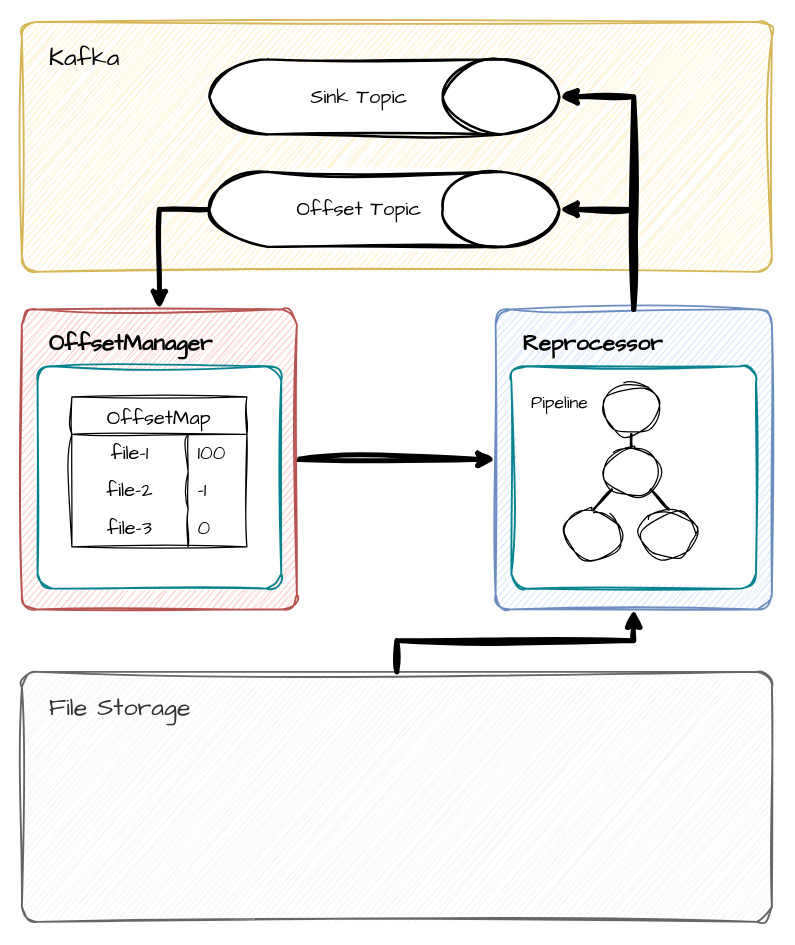
milkcoke/source-connect keeps this draw.io diagram as page "Architecture" (1 of 7) of docs/source-connect.drawio. Above is the earlier version. Source tidied: cells renumbered, new cells numbered last; positions are measured from the earlier drawing's top-left corner, leaving out a move shared by most shapes. Both pictures are drawn from the tidied source at 125%, with x=0, y=0 at pixel (21, -79).
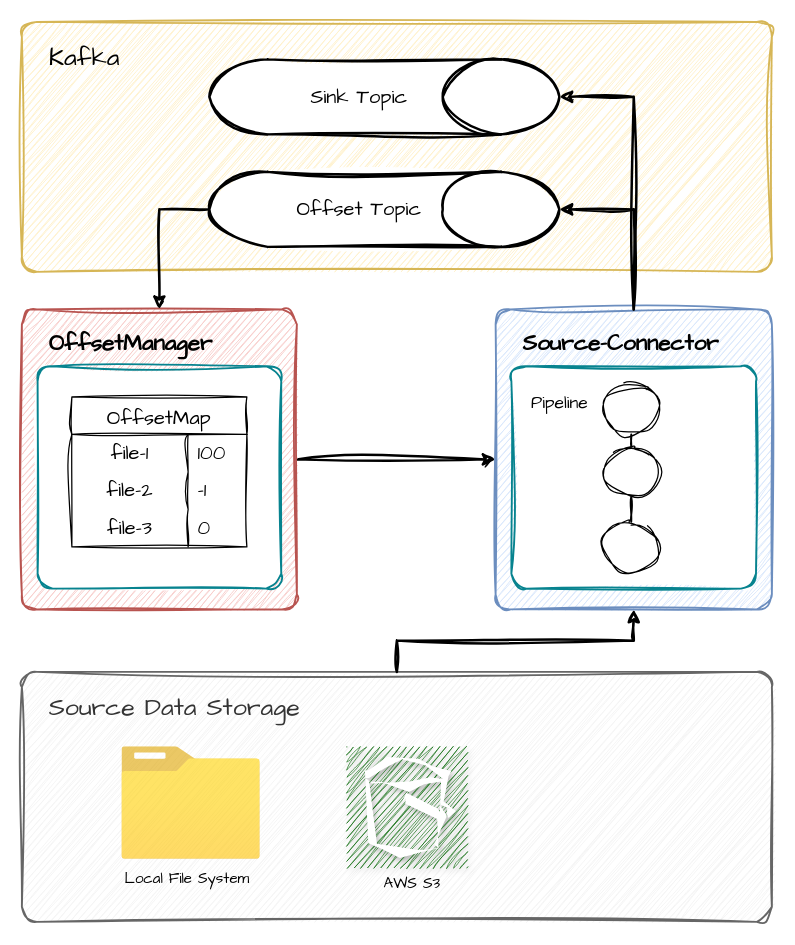
The same page after the edit.

The change refers to these unchanged cells:
```xml
<mxCell id="3" value="&lt;font style=&quot;font-size: 18px;&quot;&gt;OffsetManager&lt;/font&gt;" style="rounded=1;whiteSpace=wrap;html=1;strokeColor=#b85450;fillColor=#f8cecc;arcSize=24;absoluteArcSize=1;imageWidth=64;imageHeight=64;strokeWidth=1.5;verticalAlign=top;align=left;fontSize=16;fontStyle=1;spacingTop=10;spacingLeft=20;sketch=1;hachureGap=4;jiggle=2;curveFitting=1;fontFamily=Architects Daughter;" parent="1" vertex="1">
  <mxGeometry y="310" width="220" height="240" as="geometry" />
</mxCell>
<mxCell id="17" style="ellipse;whiteSpace=wrap;html=1;sketch=1;hachureGap=4;jiggle=2;curveFitting=1;fontFamily=Architects Daughter;fontSize=11;fontColor=default;labelBackgroundColor=default;" parent="15" vertex="1">
  <mxGeometry x="86.4" y="60" width="44.2" height="40" as="geometry" />
</mxCell>
<mxCell id="18" style="ellipse;whiteSpace=wrap;html=1;sketch=1;hachureGap=4;jiggle=2;curveFitting=1;fontFamily=Architects Daughter;fontSize=11;fontColor=default;labelBackgroundColor=default;" parent="15" vertex="1">
  <mxGeometry x="86.4" y="110" width="44.2" height="40" as="geometry" />
</mxCell>
<mxCell id="27" value="&lt;font style=&quot;font-size: 16px;&quot;&gt;Offset Topic&lt;/font&gt;" style="strokeWidth=2;html=1;shape=mxgraph.flowchart.database;whiteSpace=wrap;sketch=1;hachureGap=4;jiggle=2;curveFitting=1;fontFamily=Architects Daughter;rotation=90;horizontal=0;spacingRight=40;" parent="1" vertex="1">
  <mxGeometry x="260" y="90" width="60" height="280" as="geometry" />
</mxCell>
<mxCell id="28" value="&lt;font style=&quot;font-size: 16px;&quot;&gt;Sink Topic&lt;/font&gt;" style="strokeWidth=2;html=1;shape=mxgraph.flowchart.database;whiteSpace=wrap;sketch=1;hachureGap=4;jiggle=2;curveFitting=1;fontFamily=Architects Daughter;rotation=90;horizontal=0;spacingRight=40;" parent="1" vertex="1">
  <mxGeometry x="260" width="60" height="280" as="geometry" />
</mxCell>
```

Diff of the diagram source:
```diff
@@
-    <mxCell id="2" style="rounded=0;sketch=1;hachureGap=4;jiggle=2;curveFitting=1;jettySize=auto;html=1;entryX=0;entryY=0.5;entryDx=0;entryDy=0;fontFamily=Architects Daughter;strokeWidth=4;exitX=1;exitY=0.5;exitDx=0;exitDy=0;" parent="1" edge="1" source="3" target="15">
+    <mxCell id="2" style="rounded=0;sketch=1;hachureGap=4;jiggle=2;curveFitting=1;jettySize=auto;html=1;entryX=0;entryY=0.5;entryDx=0;entryDy=0;fontFamily=Architects Daughter;strokeWidth=2;exitX=1;exitY=0.5;exitDx=0;exitDy=0;" parent="1" edge="1" source="3" target="15">
       <mxGeometry relative="1" as="geometry" />
     </mxCell>
@@
-    <mxCell id="15" value="&lt;span style=&quot;font-size: 18px;&quot;&gt;Reprocessor&lt;/span&gt;" style="rounded=1;whiteSpace=wrap;html=1;strokeColor=#6c8ebf;fillColor=#dae8fc;arcSize=24;absoluteArcSize=1;imageWidth=64;imageHeight=64;strokeWidth=1.5;verticalAlign=top;align=left;fontSize=16;fontStyle=1;spacingTop=10;spacingLeft=20;sketch=1;hachureGap=4;jiggle=2;curveFitting=1;fontFamily=Architects Daughter;" parent="1" vertex="1">
+    <mxCell id="15" value="&lt;span style=&quot;font-size: 18px;&quot;&gt;Source-Connector&lt;/span&gt;" style="rounded=1;whiteSpace=wrap;html=1;strokeColor=#6c8ebf;fillColor=#dae8fc;arcSize=24;absoluteArcSize=1;imageWidth=64;imageHeight=64;strokeWidth=1.5;verticalAlign=top;align=left;fontSize=16;fontStyle=1;spacingTop=10;spacingLeft=20;sketch=1;hachureGap=4;jiggle=2;curveFitting=1;fontFamily=Architects Daughter;" parent="1" vertex="1">
       <mxGeometry x="379" y="310" width="221" height="240" as="geometry" />
     </mxCell>
@@
     <mxCell id="19" style="ellipse;whiteSpace=wrap;html=1;sketch=1;hachureGap=4;jiggle=2;curveFitting=1;fontFamily=Architects Daughter;fontSize=11;fontColor=default;labelBackgroundColor=default;" parent="15" vertex="1">
-      <mxGeometry x="56.3" y="160" width="44.2" height="40" as="geometry" />
+      <mxGeometry x="86.4" y="170" width="44.2" height="40" as="geometry" />
     </mxCell>
-    <mxCell id="20" style="ellipse;whiteSpace=wrap;html=1;sketch=1;hachureGap=4;jiggle=2;curveFitting=1;fontFamily=Architects Daughter;fontSize=11;fontColor=default;labelBackgroundColor=default;" parent="15" vertex="1">
-      <mxGeometry x="116.5" y="160" width="44.2" height="40" as="geometry" />
-    </mxCell>
-    <mxCell id="21" style="endArrow=none;html=1;rounded=0;sketch=1;hachureGap=4;jiggle=2;curveFitting=1;strokeColor=default;strokeWidth=2;align=center;verticalAlign=middle;fontFamily=Architects Daughter;fontSize=11;fontColor=default;labelBackgroundColor=default;entryX=0.5;entryY=1;entryDx=0;entryDy=0;" parent="15" edge="1" source="18" target="17">
+    <mxCell id="21" style="endArrow=none;html=1;rounded=0;sketch=1;hachureGap=4;jiggle=2;curveFitting=1;strokeColor=default;strokeWidth=1.5;align=center;verticalAlign=middle;fontFamily=Architects Daughter;fontSize=11;fontColor=default;labelBackgroundColor=default;entryX=0.5;entryY=1;entryDx=0;entryDy=0;" parent="15" edge="1" source="18" target="17">
       <mxGeometry relative="1" as="geometry" />
     </mxCell>
-    <mxCell id="22" style="endArrow=none;html=1;rounded=0;sketch=1;hachureGap=4;jiggle=2;curveFitting=1;strokeColor=default;strokeWidth=2;align=center;verticalAlign=middle;fontFamily=Architects Daughter;fontSize=11;fontColor=default;labelBackgroundColor=default;entryX=0;entryY=1;entryDx=0;entryDy=0;exitX=0.5;exitY=0;exitDx=0;exitDy=0;" parent="15" edge="1" source="19" target="18">
+    <mxCell id="22" style="endArrow=none;html=1;rounded=0;sketch=1;hachureGap=4;jiggle=2;curveFitting=1;strokeColor=default;strokeWidth=1.5;align=center;verticalAlign=middle;fontFamily=Architects Daughter;fontSize=11;fontColor=default;labelBackgroundColor=default;entryX=0.5;entryY=1;entryDx=0;entryDy=0;exitX=0.5;exitY=0;exitDx=0;exitDy=0;" parent="15" edge="1" source="19" target="18">
       <mxGeometry relative="1" as="geometry" />
     </mxCell>
-    <mxCell id="23" style="endArrow=none;html=1;rounded=0;sketch=1;hachureGap=4;jiggle=2;curveFitting=1;strokeColor=default;strokeWidth=2;align=center;verticalAlign=middle;fontFamily=Architects Daughter;fontSize=11;fontColor=default;labelBackgroundColor=default;entryX=1;entryY=1;entryDx=0;entryDy=0;exitX=0.5;exitY=0;exitDx=0;exitDy=0;" parent="15" edge="1" source="20" target="18">
-      <mxGeometry relative="1" as="geometry" />
-    </mxCell>
@@
-    <mxCell id="26" style="edgeStyle=orthogonalEdgeStyle;rounded=0;sketch=1;hachureGap=4;jiggle=2;curveFitting=1;jettySize=auto;html=1;exitX=0.5;exitY=1;exitDx=0;exitDy=0;exitPerimeter=0;fontFamily=Architects Daughter;strokeWidth=4;" parent="1" edge="1" source="27" target="3">
+    <mxCell id="26" style="edgeStyle=orthogonalEdgeStyle;rounded=0;sketch=1;hachureGap=4;jiggle=2;curveFitting=1;jettySize=auto;html=1;exitX=0.5;exitY=1;exitDx=0;exitDy=0;exitPerimeter=0;fontFamily=Architects Daughter;strokeWidth=2;" parent="1" edge="1" source="27" target="3">
       <mxGeometry relative="1" as="geometry" />
     </mxCell>
@@
-    <mxCell id="29" style="edgeStyle=orthogonalEdgeStyle;shape=connector;rounded=0;sketch=1;hachureGap=4;jiggle=2;curveFitting=1;jettySize=auto;html=1;entryX=0.5;entryY=0;entryDx=0;entryDy=0;entryPerimeter=0;strokeColor=default;strokeWidth=4;align=center;verticalAlign=middle;fontFamily=Architects Daughter;fontSize=11;fontColor=default;labelBackgroundColor=default;endArrow=classic;" parent="1" edge="1" source="15" target="27">
+    <mxCell id="29" style="edgeStyle=orthogonalEdgeStyle;shape=connector;rounded=0;sketch=1;hachureGap=4;jiggle=2;curveFitting=1;jettySize=auto;html=1;entryX=0.5;entryY=0;entryDx=0;entryDy=0;entryPerimeter=0;strokeColor=default;strokeWidth=2;align=center;verticalAlign=middle;fontFamily=Architects Daughter;fontSize=11;fontColor=default;labelBackgroundColor=default;endArrow=classic;" parent="1" edge="1" source="15" target="27">
       <mxGeometry relative="1" as="geometry" />
     </mxCell>
-    <mxCell id="30" style="edgeStyle=orthogonalEdgeStyle;shape=connector;rounded=0;sketch=1;hachureGap=4;jiggle=2;curveFitting=1;jettySize=auto;html=1;exitX=0.5;exitY=0;exitDx=0;exitDy=0;entryX=0.5;entryY=0;entryDx=0;entryDy=0;entryPerimeter=0;strokeColor=default;strokeWidth=4;align=center;verticalAlign=middle;fontFamily=Architects Daughter;fontSize=11;fontColor=default;labelBackgroundColor=default;endArrow=classic;" parent="1" edge="1" source="15" target="28">
+    <mxCell id="30" style="edgeStyle=orthogonalEdgeStyle;shape=connector;rounded=0;sketch=1;hachureGap=4;jiggle=2;curveFitting=1;jettySize=auto;html=1;exitX=0.5;exitY=0;exitDx=0;exitDy=0;entryX=0.5;entryY=0;entryDx=0;entryDy=0;entryPerimeter=0;strokeColor=default;strokeWidth=2;align=center;verticalAlign=middle;fontFamily=Architects Daughter;fontSize=11;fontColor=default;labelBackgroundColor=default;endArrow=classic;" parent="1" edge="1" source="15" target="28">
       <mxGeometry relative="1" as="geometry" />
     </mxCell>
-    <mxCell id="31" value="&lt;span style=&quot;font-weight: normal;&quot;&gt;&lt;font style=&quot;font-size: 20px;&quot;&gt;File Storage&lt;/font&gt;&lt;/span&gt;" style="rounded=1;whiteSpace=wrap;html=1;strokeColor=#666666;fillColor=#f5f5f5;arcSize=24;absoluteArcSize=1;imageWidth=64;imageHeight=64;strokeWidth=1.5;verticalAlign=top;align=left;fontSize=16;fontStyle=1;spacingTop=10;spacingLeft=20;sketch=1;hachureGap=4;jiggle=2;curveFitting=1;fontFamily=Architects Daughter;fontColor=#333333;" parent="1" vertex="1">
+    <mxCell id="31" value="&lt;span style=&quot;font-size: 20px; font-weight: 400;&quot;&gt;Source Data Storage&lt;/span&gt;" style="rounded=1;whiteSpace=wrap;html=1;strokeColor=#666666;fillColor=#f5f5f5;arcSize=24;absoluteArcSize=1;imageWidth=64;imageHeight=64;strokeWidth=1.5;verticalAlign=top;align=left;fontSize=16;fontStyle=1;spacingTop=10;spacingLeft=20;sketch=1;hachureGap=4;jiggle=2;curveFitting=1;fontFamily=Architects Daughter;fontColor=#333333;" parent="1" vertex="1">
       <mxGeometry y="600" width="600" height="200" as="geometry" />
     </mxCell>
-    <mxCell id="32" style="edgeStyle=orthogonalEdgeStyle;shape=connector;rounded=0;sketch=1;hachureGap=4;jiggle=2;curveFitting=1;jettySize=auto;html=1;entryX=0.5;entryY=1;entryDx=0;entryDy=0;strokeColor=default;strokeWidth=4;align=center;verticalAlign=middle;fontFamily=Architects Daughter;fontSize=11;fontColor=default;labelBackgroundColor=default;endArrow=classic;" parent="1" edge="1" source="31" target="15">
+    <mxCell id="32" style="edgeStyle=orthogonalEdgeStyle;shape=connector;rounded=0;sketch=1;hachureGap=4;jiggle=2;curveFitting=1;jettySize=auto;html=1;entryX=0.5;entryY=1;entryDx=0;entryDy=0;strokeColor=default;strokeWidth=2;align=center;verticalAlign=middle;fontFamily=Architects Daughter;fontSize=11;fontColor=default;labelBackgroundColor=default;endArrow=classic;" parent="1" edge="1" source="31" target="15">
       <mxGeometry relative="1" as="geometry" />
     </mxCell>
+    <mxCell id="33" value="&lt;font face=&quot;Architects Daughter&quot;&gt;Local File System&lt;/font&gt;" style="text;html=1;align=center;verticalAlign=middle;whiteSpace=wrap;rounded=0;fontFamily=Architecture Daughter;" parent="1" vertex="1">
+      <mxGeometry x="80" y="750" width="104.6" height="30" as="geometry" />
+    </mxCell>
+    <mxCell id="34" style="sketch=1;fontColor=#232F3E;fillColor=#006600;strokeColor=#ffffff;dashed=0;verticalLabelPosition=bottom;verticalAlign=top;align=center;html=1;fontSize=12;fontStyle=0;shape=mxgraph.aws4.resourceIcon;resIcon=mxgraph.aws4.s3;curveFitting=1;jiggle=2;shadow=1;" parent="1" vertex="1">
+      <mxGeometry x="260" y="660" width="96.5" height="96.5" as="geometry" />
+    </mxCell>
+    <mxCell id="35" style="image;html=1;align=center;fontSize=12;image=img/lib/azure2/general/Folder_Blank.svg;sketch=1;curveFitting=1;jiggle=2;opacity=60;shadow=0;" parent="1" vertex="1">
+      <mxGeometry x="80" y="660" width="110.9" height="90" as="geometry" />
+    </mxCell>
+    <mxCell id="36" value="&lt;font face=&quot;Architects Daughter&quot;&gt;AWS S3&lt;/font&gt;" style="text;html=1;align=center;verticalAlign=middle;whiteSpace=wrap;rounded=0;fontFamily=Architecture Daughter;" parent="1" vertex="1">
+      <mxGeometry x="260" y="754" width="104.6" height="30" as="geometry" />
+    </mxCell>
```
